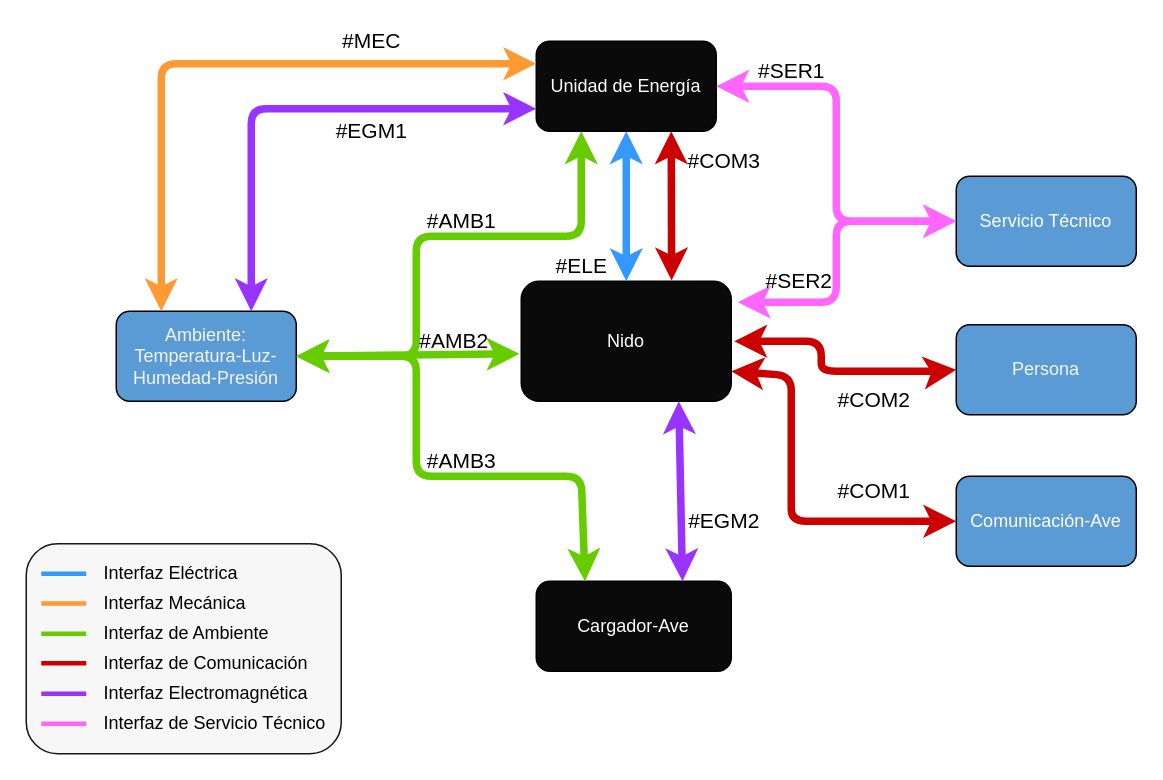
Earlier version of the draw.io diagram Utils/Drawio/Diagrama Funcional de Interfaces (Varias cajas negras).drawio (tlondero/Dise-o). Source tidied: cells renumbered, new cells numbered last; positions are measured from the earlier drawing's top-left corner, leaving out a move shared by most shapes. Both pictures are drawn from the tidied source at 150%, with x=0, y=0 at pixel (26, 26).
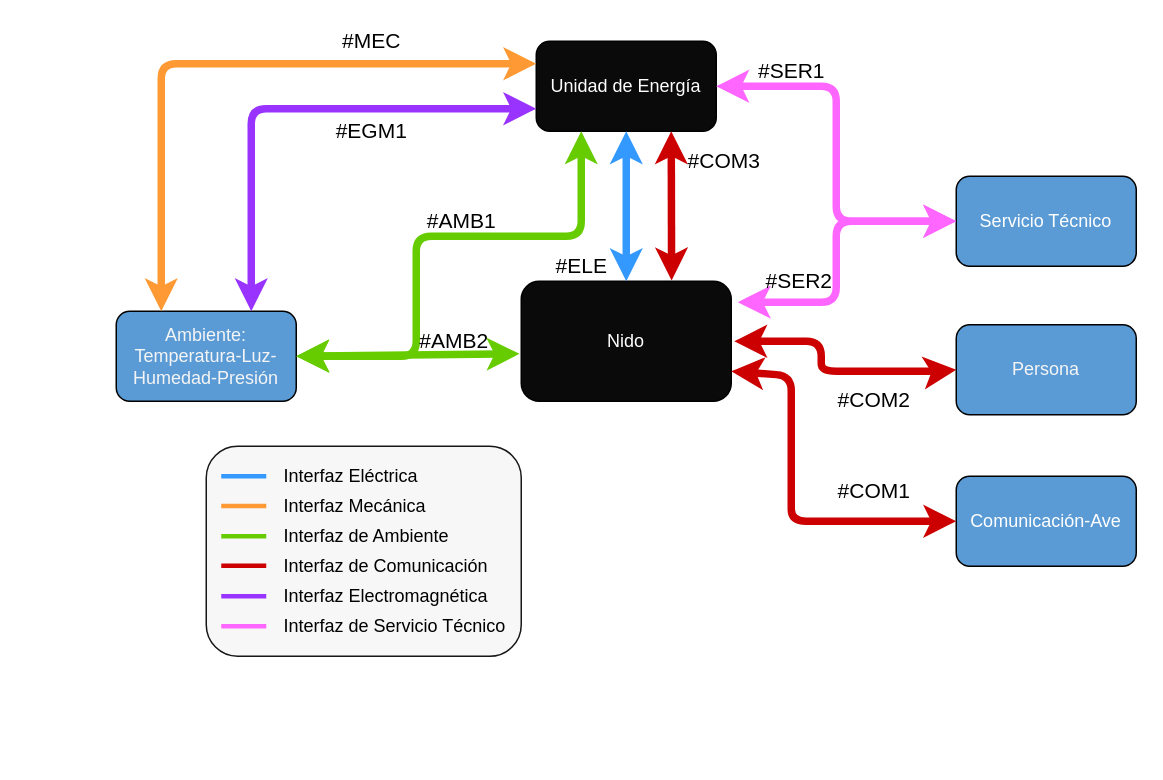
After the change.

Unchanged cells that the change refers to:
```xml
<mxCell id="3" value="&lt;font color=&quot;#ffffff&quot; face=&quot;Calibri&quot;&gt;Nido&lt;/font&gt;" style="rounded=1;whiteSpace=wrap;html=1;fillColor=#0A0A0A;" parent="1" vertex="1">
  <mxGeometry x="330" y="170" width="140" height="80" as="geometry" />
</mxCell>
<mxCell id="4" value="&lt;div&gt;&lt;font color=&quot;#F5F5F5&quot; face=&quot;Calibri&quot;&gt;Ambiente:&lt;/font&gt;&lt;/div&gt;&lt;div&gt;&lt;font color=&quot;#F5F5F5&quot;&gt;&lt;font face=&quot;Calibri&quot;&gt;Temperatura-Luz-Humedad-Presión&lt;/font&gt;&lt;br&gt;&lt;/font&gt;&lt;/div&gt;" style="rounded=1;whiteSpace=wrap;html=1;fillColor=#5B9BD5;" parent="1" vertex="1">
  <mxGeometry x="60" y="190" width="120" height="60" as="geometry" />
</mxCell>
```

What changed in the source:
```diff
@@
     <mxCell id="2" style="rounded=1;whiteSpace=wrap;html=1;fillColor=#F7F7F7;gradientColor=none;strokeColor=#171717;" parent="1" vertex="1">
-      <mxGeometry y="345" width="210" height="140" as="geometry" />
+      <mxGeometry x="120" y="280" width="210" height="140" as="geometry" />
     </mxCell>
@@
-    <mxCell id="5" value="&lt;font face=&quot;Calibri&quot; color=&quot;#ffffff&quot;&gt;Cargador-Ave&lt;br&gt;&lt;/font&gt;" style="rounded=1;whiteSpace=wrap;html=1;fillColor=#0A0A0A;" parent="1" vertex="1">
-      <mxGeometry x="340" y="370" width="130" height="60" as="geometry" />
-    </mxCell>
@@
     <mxCell id="10" value="Interfaz Electromagnética" style="text;html=1;strokeColor=none;fillColor=none;align=left;verticalAlign=middle;whiteSpace=wrap;rounded=0;" parent="1" vertex="1">
-      <mxGeometry x="50" y="435" width="140" height="20" as="geometry" />
+      <mxGeometry x="170" y="370" width="140" height="20" as="geometry" />
     </mxCell>
@@
     <mxCell id="17" style="endArrow=none;html=1;strokeWidth=3;strokeColor=#FF9933;" parent="1" edge="1">
       <mxGeometry relative="1" as="geometry">
-        <mxPoint x="10" y="384.8" as="sourcePoint" />
-        <mxPoint x="40" y="384.8" as="targetPoint" />
+        <mxPoint x="130" y="319.8" as="sourcePoint" />
+        <mxPoint x="160" y="319.8" as="targetPoint" />
       </mxGeometry>
     </mxCell>
     <mxCell id="18" style="endArrow=none;html=1;strokeWidth=3;strokeColor=#66CC00;" parent="1" edge="1">
       <mxGeometry relative="1" as="geometry">
-        <mxPoint x="10" y="405" as="sourcePoint" />
-        <mxPoint x="40" y="405" as="targetPoint" />
+        <mxPoint x="130" y="340" as="sourcePoint" />
+        <mxPoint x="160" y="340" as="targetPoint" />
       </mxGeometry>
     </mxCell>
     <mxCell id="19" style="endArrow=none;html=1;strokeWidth=3;strokeColor=#CC0000;" parent="1" edge="1">
       <mxGeometry relative="1" as="geometry">
-        <mxPoint x="10" y="424.6" as="sourcePoint" />
-        <mxPoint x="40" y="424.6" as="targetPoint" />
+        <mxPoint x="130" y="359.6" as="sourcePoint" />
+        <mxPoint x="160" y="359.6" as="targetPoint" />
       </mxGeometry>
     </mxCell>
     <mxCell id="20" style="endArrow=none;html=1;strokeWidth=3;strokeColor=#9933FF;" parent="1" edge="1">
       <mxGeometry relative="1" as="geometry">
-        <mxPoint x="10" y="445" as="sourcePoint" />
-        <mxPoint x="40" y="445" as="targetPoint" />
+        <mxPoint x="130" y="380" as="sourcePoint" />
+        <mxPoint x="160" y="380" as="targetPoint" />
       </mxGeometry>
     </mxCell>
     <mxCell id="21" style="endArrow=none;html=1;strokeWidth=3;strokeColor=#FF66FF;" parent="1" edge="1">
       <mxGeometry relative="1" as="geometry">
-        <mxPoint x="10" y="465" as="sourcePoint" />
-        <mxPoint x="40" y="465" as="targetPoint" />
+        <mxPoint x="130" y="400" as="sourcePoint" />
+        <mxPoint x="160" y="400" as="targetPoint" />
       </mxGeometry>
     </mxCell>
     <mxCell id="22" value="Interfaz de Ambiente" style="text;html=1;strokeColor=none;fillColor=none;align=left;verticalAlign=middle;whiteSpace=wrap;rounded=0;" parent="1" vertex="1">
-      <mxGeometry x="50" y="395" width="140" height="20" as="geometry" />
+      <mxGeometry x="170" y="330" width="140" height="20" as="geometry" />
     </mxCell>
     <mxCell id="23" value="Interfaz Mecánica" style="text;html=1;strokeColor=none;fillColor=none;align=left;verticalAlign=middle;whiteSpace=wrap;rounded=0;" parent="1" vertex="1">
-      <mxGeometry x="50" y="375" width="140" height="20" as="geometry" />
+      <mxGeometry x="170" y="310" width="140" height="20" as="geometry" />
     </mxCell>
     <mxCell id="24" value="Interfaz de Servicio Técnico" style="text;html=1;strokeColor=none;fillColor=none;align=left;verticalAlign=middle;whiteSpace=wrap;rounded=0;" parent="1" vertex="1">
-      <mxGeometry x="50" y="455" width="160" height="20" as="geometry" />
+      <mxGeometry x="170" y="390" width="160" height="20" as="geometry" />
     </mxCell>
     <mxCell id="25" value="Interfaz de Comunicación" style="text;html=1;strokeColor=none;fillColor=none;align=left;verticalAlign=middle;whiteSpace=wrap;rounded=0;" parent="1" vertex="1">
-      <mxGeometry x="50" y="415" width="150" height="20" as="geometry" />
+      <mxGeometry x="170" y="350" width="150" height="20" as="geometry" />
     </mxCell>
     <mxCell id="26" style="endArrow=none;html=1;strokeWidth=3;strokeColor=#3399FF;" parent="1" edge="1">
       <mxGeometry relative="1" as="geometry">
-        <mxPoint x="10" y="365" as="sourcePoint" />
-        <mxPoint x="40" y="365" as="targetPoint" />
+        <mxPoint x="130" y="300" as="sourcePoint" />
+        <mxPoint x="160" y="300" as="targetPoint" />
       </mxGeometry>
     </mxCell>
     <mxCell id="27" value="Interfaz Eléctrica" style="text;html=1;strokeColor=none;fillColor=none;align=left;verticalAlign=middle;whiteSpace=wrap;rounded=0;" parent="1" vertex="1">
-      <mxGeometry x="50" y="355" width="160" height="20" as="geometry" />
+      <mxGeometry x="170" y="290" width="160" height="20" as="geometry" />
     </mxCell>
@@
-    <mxCell id="29" style="endArrow=classic;startArrow=classic;html=1;strokeWidth=5;exitX=1;exitY=0.5;exitDx=0;exitDy=0;strokeColor=#66CC00;entryX=0.25;entryY=0;entryDx=0;entryDy=0;" parent="1" edge="1" source="4" target="5">
-      <mxGeometry relative="1" as="geometry">
-        <Array as="points">
-          <mxPoint x="260" y="220" />
-          <mxPoint x="260" y="300" />
-          <mxPoint x="370" y="300" />
-        </Array>
-      </mxGeometry>
-    </mxCell>
@@
-    <mxCell id="33" value="&lt;font face=&quot;Calibri&quot; style=&quot;font-size: 14px&quot;&gt;#AMB3&lt;/font&gt;" style="text;html=1;align=center;verticalAlign=middle;" parent="1" vertex="1">
-      <mxGeometry x="260" y="280" width="60" height="20" as="geometry" />
-    </mxCell>
@@
-    <mxCell id="41" style="endArrow=classic;startArrow=classic;html=1;strokeWidth=5;fillColor=#6a00ff;strokeColor=#9933FF;exitX=0.75;exitY=0;exitDx=0;exitDy=0;entryX=0.75;entryY=1;entryDx=0;entryDy=0;" parent="1" edge="1" source="5" target="3">
-      <mxGeometry relative="1" as="geometry" />
-    </mxCell>
-    <mxCell id="42" value="&lt;font face=&quot;Calibri&quot; style=&quot;font-size: 14px&quot;&gt;#EGM2&lt;/font&gt;" style="text;html=1;align=center;verticalAlign=middle;" parent="1" vertex="1">
-      <mxGeometry x="435" y="320" width="60" height="20" as="geometry" />
-    </mxCell>
```
